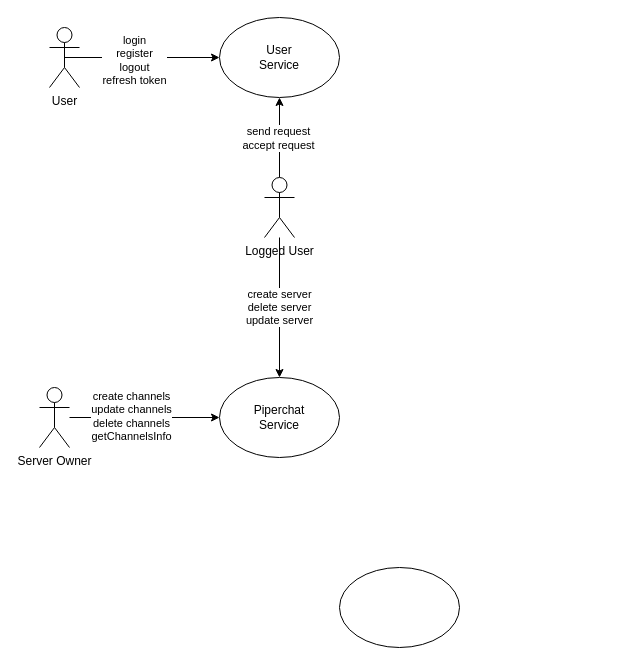
Above: page "Casi d'uso" (8 of 8) of piperchat.drawio in zucchero-sintattico/piperchat (draw.io), before the change. Source tidied: cells renumbered, new cells numbered last; positions are measured from the earlier drawing's top-left corner, leaving out a move shared by most shapes. Both pictures are drawn from the tidied source at 100%, with x=0, y=0 at pixel (39, 17).
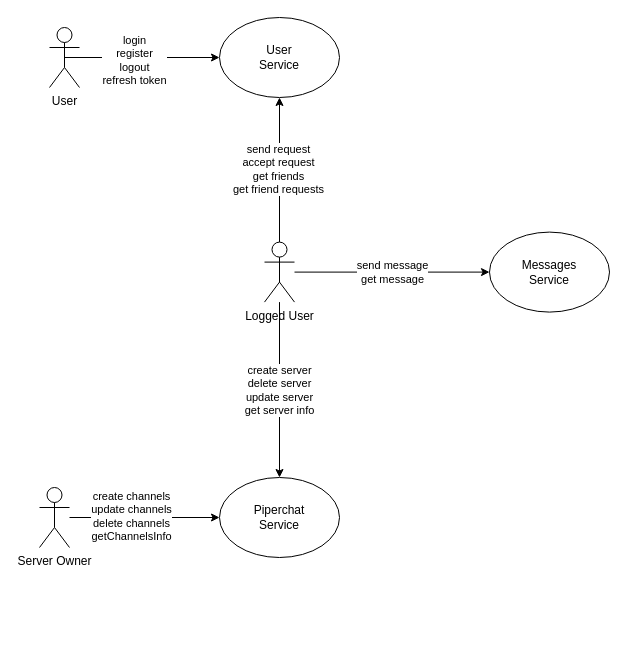
The same page after the edit.

What changed in the source:
```diff
@@
 <mxGraphModel>
   <root>
     <mxCell id="0" />
     <mxCell id="1" parent="0" />
     <mxCell id="2" style="edgeStyle=orthogonalEdgeStyle;rounded=0;jettySize=auto;html=1;" parent="1" edge="1" source="5" target="9">
       <mxGeometry relative="1" as="geometry" />
     </mxCell>
-    <mxCell id="3" value="send request&lt;br&gt;accept request" style="edgeLabel;html=1;align=center;verticalAlign=middle;" parent="2" vertex="1">
+    <mxCell id="3" value="send request&lt;br&gt;accept request&lt;br&gt;get friends&lt;br&gt;get friend requests" style="edgeLabel;html=1;align=center;verticalAlign=middle;" parent="2" vertex="1">
       <mxGeometry x="0.01" y="2" relative="1" as="geometry" />
     </mxCell>
-    <mxCell id="4" value="create server&lt;br&gt;delete server&lt;br&gt;update server" style="edgeStyle=orthogonalEdgeStyle;rounded=0;jettySize=auto;html=1;" parent="1" edge="1" source="5" target="10">
+    <mxCell id="4" value="create server&lt;br&gt;delete server&lt;br&gt;update server&lt;br&gt;get server info" style="edgeStyle=orthogonalEdgeStyle;rounded=0;jettySize=auto;html=1;" parent="1" edge="1" source="5" target="10">
       <mxGeometry relative="1" as="geometry" />
     </mxCell>
+    <mxCell id="15" value="send message&lt;br&gt;get message" style="edgeStyle=orthogonalEdgeStyle;rounded=0;jettySize=auto;html=1;" parent="1" edge="1" source="5" target="14">
+      <mxGeometry relative="1" as="geometry" />
+    </mxCell>
     <mxCell id="5" value="Logged User&lt;br&gt;" style="shape=umlActor;verticalLabelPosition=bottom;verticalAlign=top;html=1;outlineConnect=0;" parent="1" vertex="1">
-      <mxGeometry x="225" y="160" width="30" height="60" as="geometry" />
+      <mxGeometry x="225" y="224.6" width="30" height="60" as="geometry" />
     </mxCell>
     <mxCell id="6" style="rounded=0;jettySize=auto;html=1;exitX=0.5;exitY=0.5;exitDx=0;exitDy=0;exitPerimeter=0;" parent="1" edge="1" source="8" target="9">
       <mxGeometry relative="1" as="geometry" />
     </mxCell>
     <mxCell id="7" value="login&lt;br&gt;register&lt;br&gt;logout&lt;br&gt;refresh token" style="edgeLabel;html=1;align=center;verticalAlign=middle;" parent="6" vertex="1">
       <mxGeometry x="-0.11" y="-2" relative="1" as="geometry" />
     </mxCell>
     <mxCell id="8" value="User&lt;br&gt;" style="shape=umlActor;verticalLabelPosition=bottom;verticalAlign=top;html=1;outlineConnect=0;" parent="1" vertex="1">
       <mxGeometry x="10" y="10" width="30" height="60" as="geometry" />
     </mxCell>
     <mxCell id="9" value="User&lt;br&gt;Service" style="ellipse;whiteSpace=wrap;html=1;" parent="1" vertex="1">
       <mxGeometry x="180" width="120" height="80" as="geometry" />
     </mxCell>
     <mxCell id="10" value="Piperchat&lt;br&gt;Service" style="ellipse;whiteSpace=wrap;html=1;" parent="1" vertex="1">
-      <mxGeometry x="180" y="360" width="120" height="80" as="geometry" />
+      <mxGeometry x="180" y="460" width="120" height="80" as="geometry" />
     </mxCell>
     <mxCell id="11" style="edgeStyle=orthogonalEdgeStyle;rounded=0;jettySize=auto;html=1;" parent="1" edge="1" source="13" target="10">
       <mxGeometry relative="1" as="geometry" />
     </mxCell>
     <mxCell id="12" value="create channels&lt;br&gt;update channels&lt;br&gt;delete channels&lt;br&gt;getChannelsInfo" style="edgeLabel;html=1;align=center;verticalAlign=middle;" parent="11" vertex="1">
       <mxGeometry x="-0.19" y="2" relative="1" as="geometry" />
     </mxCell>
     <mxCell id="13" value="Server Owner&lt;br&gt;" style="shape=umlActor;verticalLabelPosition=bottom;verticalAlign=top;html=1;outlineConnect=0;" parent="1" vertex="1">
-      <mxGeometry y="370" width="30" height="60" as="geometry" />
+      <mxGeometry y="470" width="30" height="60" as="geometry" />
     </mxCell>
-    <mxCell id="14" style="ellipse;whiteSpace=wrap;html=1;" parent="1" vertex="1">
-      <mxGeometry x="300" y="550" width="120" height="80" as="geometry" />
+    <mxCell id="14" value="Messages&lt;br&gt;Service" style="ellipse;whiteSpace=wrap;html=1;" parent="1" vertex="1">
+      <mxGeometry x="450" y="214.6" width="120" height="80" as="geometry" />
     </mxCell>
   </root>
 </mxGraphModel>
```
